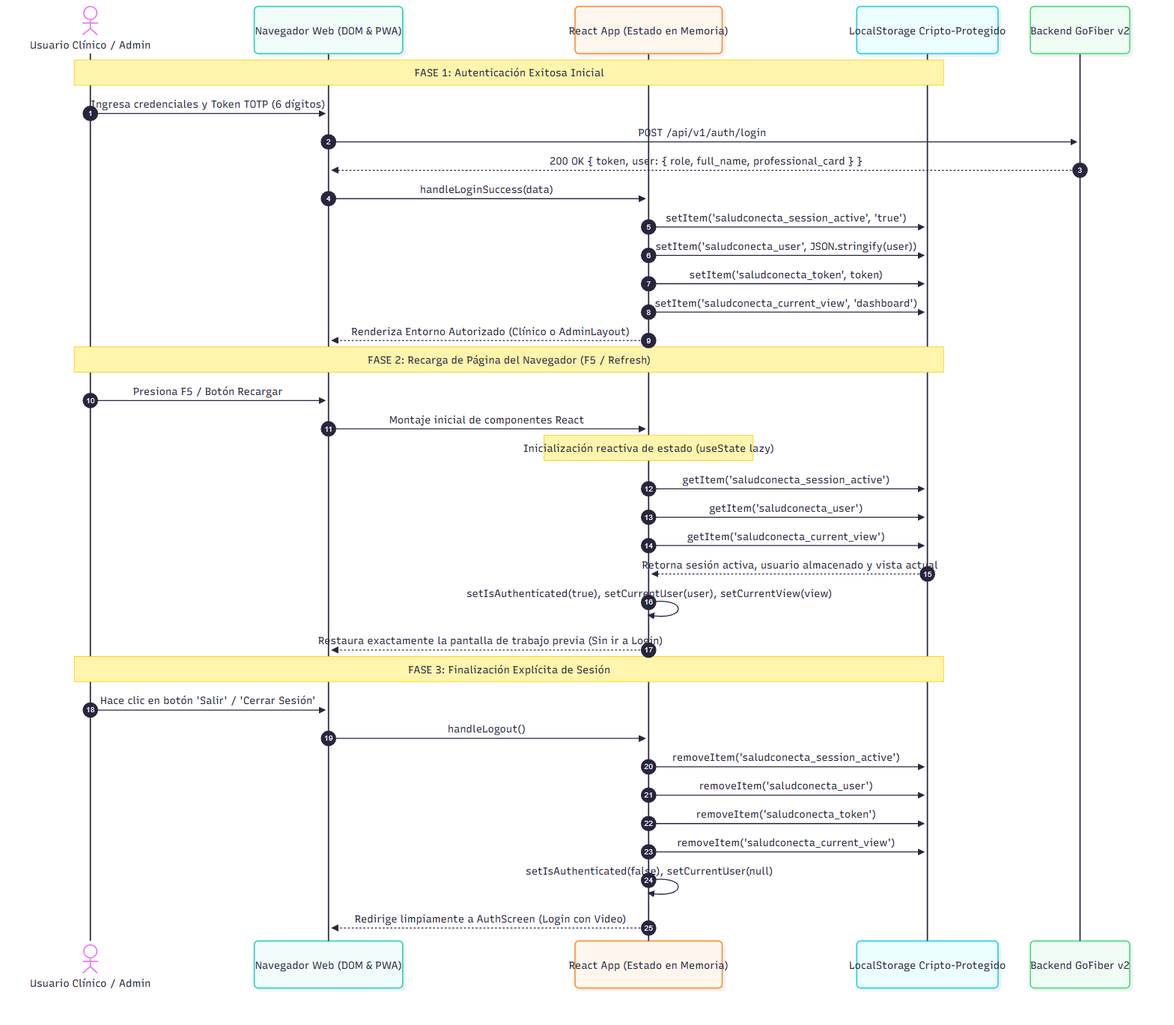
ThiagoVelez/Proyecto_felipe keeps this Mermaid diagram as docs/diagrams/12_persistencia_sesion_f5.png. Above is the earlier version. Its source is kept beside it as docs/diagrams/12_persistencia_sesion_f5.mmd. Source of this version:
```mermaid
sequenceDiagram
    autonumber
    actor User as Usuario Clínico / Admin
    participant Browser as Navegador Web (DOM & PWA)
    participant App as React App (Estado en Memoria)
    participant Storage as LocalStorage Cripto-Protegido
    participant API as Backend GoFiber v2

    Note over User,Storage: FASE 1: Autenticación Exitosa Inicial
    User->>Browser: Ingresa credenciales y Token TOTP (6 dígitos)
    Browser->>API: POST /api/v1/auth/login
    API-->>Browser: 200 OK { token, user: { role, full_name, professional_card } }
    Browser->>App: handleLoginSuccess(data)
    App->>Storage: setItem('saludconecta_session_active', 'true')
    App->>Storage: setItem('saludconecta_user', JSON.stringify(user))
    App->>Storage: setItem('saludconecta_token', token)
    App->>Storage: setItem('saludconecta_current_view', 'dashboard')
    App-->>Browser: Renderiza Entorno Autorizado (Clínico o AdminLayout)

    Note over User,Storage: FASE 2: Recarga de Página del Navegador (F5 / Refresh)
    User->>Browser: Presiona F5 / Botón Recargar
    Browser->>App: Montaje inicial de componentes React
    Note over App: Inicialización reactiva de estado (useState lazy)
    App->>Storage: getItem('saludconecta_session_active')
    App->>Storage: getItem('saludconecta_user')
    App->>Storage: getItem('saludconecta_current_view')
    Storage-->>App: Retorna sesión activa, usuario almacenado y vista actual
    App->>App: setIsAuthenticated(true), setCurrentUser(user), setCurrentView(view)
    App-->>Browser: Restaura exactamente la pantalla de trabajo previa (Sin ir a Login)

    Note over User,Storage: FASE 3: Finalización Explícita de Sesión
    User->>Browser: Hace clic en botón 'Salir' / 'Cerrar Sesión'
    Browser->>App: handleLogout()
    App->>Storage: removeItem('saludconecta_session_active')
    App->>Storage: removeItem('saludconecta_user')
    App->>Storage: removeItem('saludconecta_token')
    App->>Storage: removeItem('saludconecta_current_view')
    App->>App: setIsAuthenticated(false), setCurrentUser(null)
    App-->>Browser: Redirige limpiamente a AuthScreen (Login con Video)
```
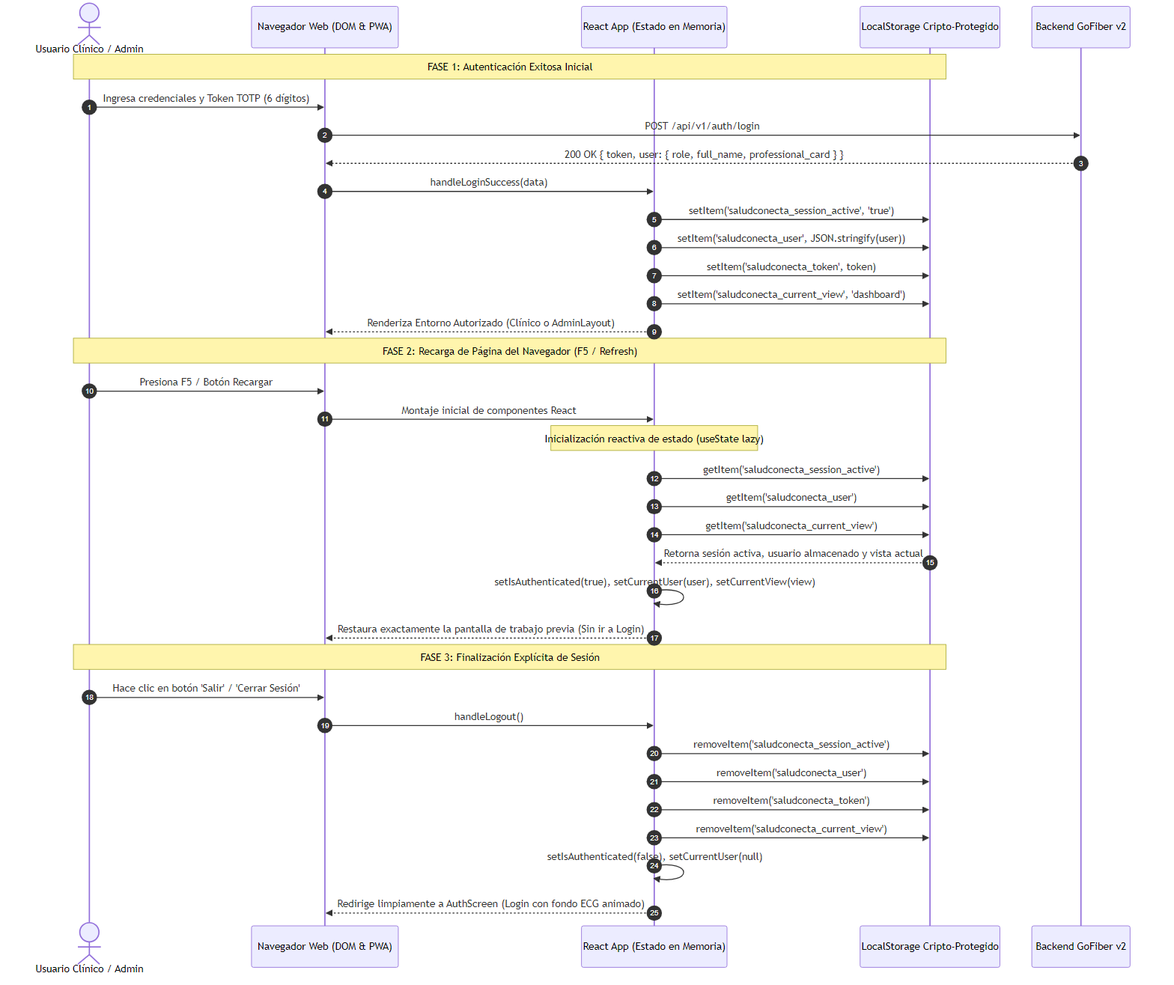
Later version of the same file.

Commit message:
docs: sincronizar readme y diagramas 11 y 12 con el fondo ecg del login

What changed in the source:
```diff
@@ -36,4 +36,4 @@
     App->>Storage: removeItem('saludconecta_token')
     App->>Storage: removeItem('saludconecta_current_view')
     App->>App: setIsAuthenticated(false), setCurrentUser(null)
-    App-->>Browser: Redirige limpiamente a AuthScreen (Login con Video)
+    App-->>Browser: Redirige limpiamente a AuthScreen (Login con fondo ECG animado)
```
